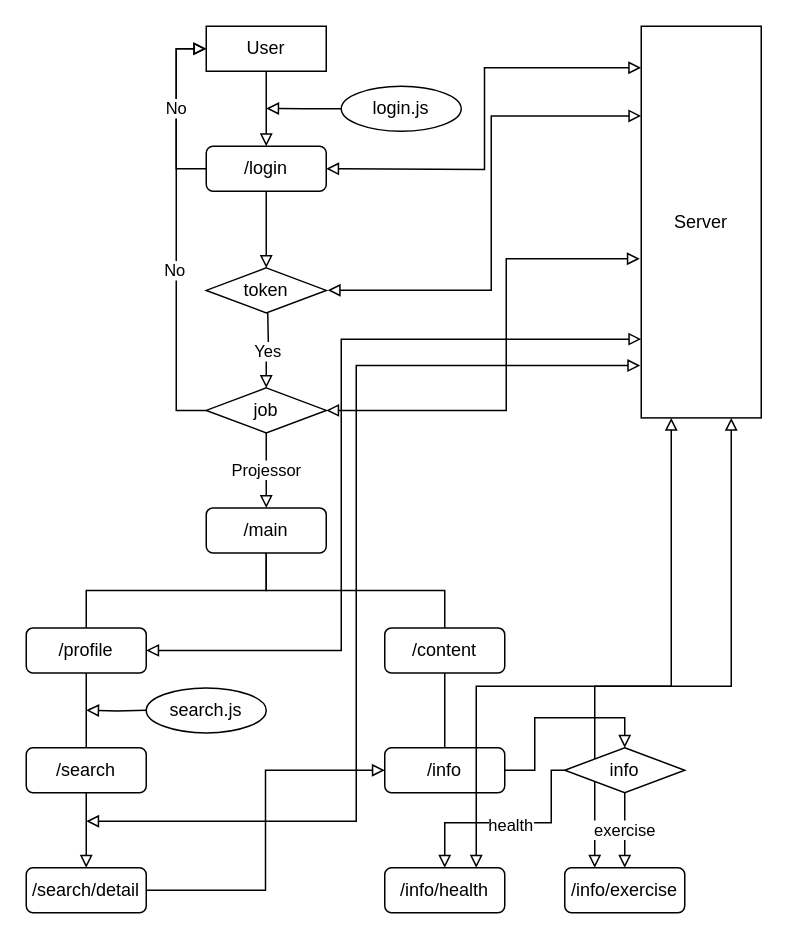
Before: Untitled Diagram.drawio in YounTaekSeon/study_vue, a draw.io diagram. Source tidied: cells renumbered, new cells numbered last; positions are measured from the earlier drawing's top-left corner, leaving out a move shared by most shapes. Both pictures are drawn from the tidied source at 150%, with x=0, y=0 at pixel (26, 26).
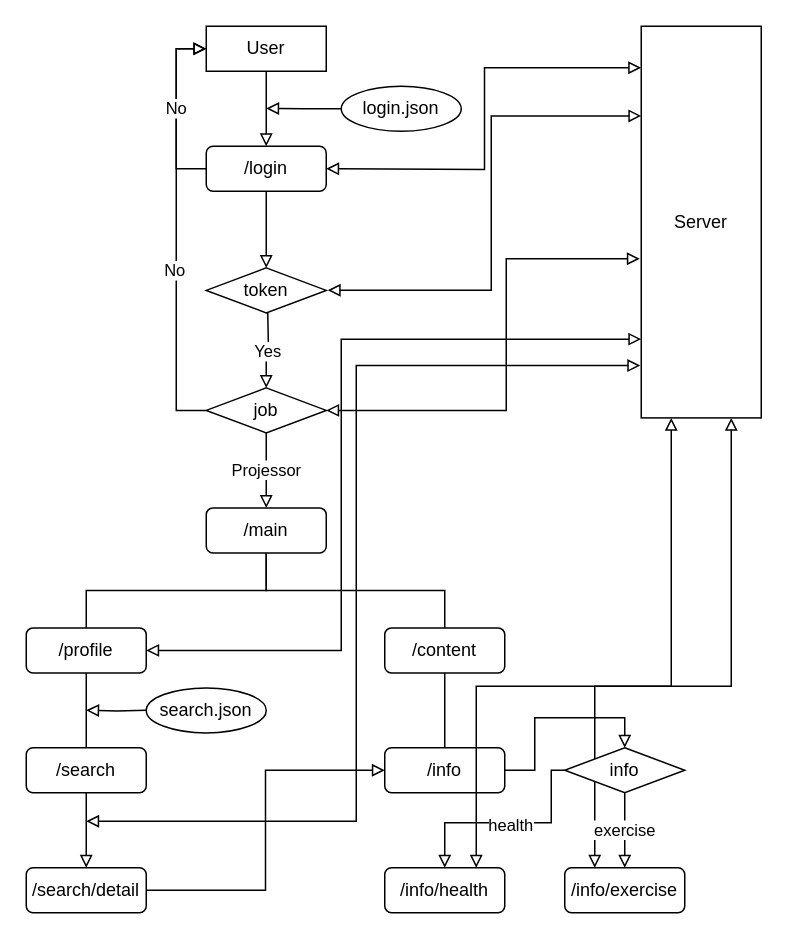
After the change.

Diff of the diagram source:
```diff
@@
-    <mxCell id="33" value="login.js" style="ellipse;whiteSpace=wrap;html=1;" parent="1" vertex="1">
+    <mxCell id="33" value="login.json" style="ellipse;whiteSpace=wrap;html=1;" parent="1" vertex="1">
       <mxGeometry x="210" y="40" width="80" height="30" as="geometry" />
     </mxCell>
@@
-    <mxCell id="35" value="search.js" style="ellipse;whiteSpace=wrap;html=1;" parent="1" vertex="1">
+    <mxCell id="35" value="search.json" style="ellipse;whiteSpace=wrap;html=1;" parent="1" vertex="1">
       <mxGeometry x="80" y="441.1" width="80" height="30" as="geometry" />
     </mxCell>
```
